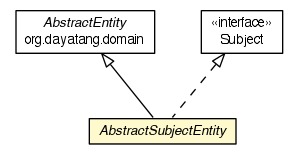
Above: apidocs/org/dayatang/observer/AbstractSubjectEntity.png in dayatang/dddlib (Graphviz), before the change. Its source is kept beside it as apidocs/org/dayatang/observer/AbstractSubjectEntity.dot. The source it was exported from:
```dot

digraph G {
	edge [fontname="Helvetica",fontsize=10,labelfontname="Helvetica",labelfontsize=10];
	node [fontname="Helvetica",fontsize=10,shape=plaintext];
	nodesep=0.25;
	ranksep=0.5;
	c22976 [label=<<table title="org.dayatang.domain.AbstractEntity" border="0" cellborder="1" cellspacing="0" cellpadding="2" port="p" href="../domain/AbstractEntity.html">
		<tr><td><table border="0" cellspacing="0" cellpadding="1">
<tr><td align="center" balign="center"><font face="Helvetica-Oblique"> AbstractEntity </font></td></tr>
<tr><td align="center" balign="center"> org.dayatang.domain </td></tr>
		</table></td></tr>
		</table>>, URL="../domain/AbstractEntity.html", fontname="Helvetica", fontcolor="black", fontsize=10.0];
	c23107 [label=<<table title="org.dayatang.observer.Subject" border="0" cellborder="1" cellspacing="0" cellpadding="2" port="p" href="./Subject.html">
		<tr><td><table border="0" cellspacing="0" cellpadding="1">
<tr><td align="center" balign="center"> &#171;interface&#187; </td></tr>
<tr><td align="center" balign="center"> Subject </td></tr>
		</table></td></tr>
		</table>>, URL="./Subject.html", fontname="Helvetica", fontcolor="black", fontsize=10.0];
	c23109 [label=<<table title="org.dayatang.observer.AbstractSubjectEntity" border="0" cellborder="1" cellspacing="0" cellpadding="2" port="p" bgcolor="lemonChiffon" href="./AbstractSubjectEntity.html">
		<tr><td><table border="0" cellspacing="0" cellpadding="1">
<tr><td align="center" balign="center"><font face="Helvetica-Oblique"> AbstractSubjectEntity </font></td></tr>
		</table></td></tr>
		</table>>, URL="./AbstractSubjectEntity.html", fontname="Helvetica", fontcolor="black", fontsize=10.0];
	c22976:p -> c23109:p [dir=back,arrowtail=empty];
	c23107:p -> c23109:p [dir=back,arrowtail=empty,style=dashed];
}
```
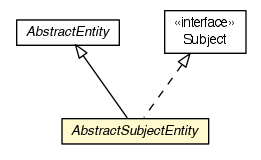
After the change.

Change to the diagram source:
```diff
@@ -4,23 +4,22 @@
 	node [fontname="Helvetica",fontsize=10,shape=plaintext];
 	nodesep=0.25;
 	ranksep=0.5;
-	c22976 [label=<<table title="org.dayatang.domain.AbstractEntity" border="0" cellborder="1" cellspacing="0" cellpadding="2" port="p" href="../domain/AbstractEntity.html">
+	c22855 [label=<<table title="org.dayatang.domain.AbstractEntity" border="0" cellborder="1" cellspacing="0" cellpadding="2" port="p" href="../domain/AbstractEntity.html">
 		<tr><td><table border="0" cellspacing="0" cellpadding="1">
 <tr><td align="center" balign="center"><font face="Helvetica-Oblique"> AbstractEntity </font></td></tr>
-<tr><td align="center" balign="center"> org.dayatang.domain </td></tr>
 		</table></td></tr>
 		</table>>, URL="../domain/AbstractEntity.html", fontname="Helvetica", fontcolor="black", fontsize=10.0];
-	c23107 [label=<<table title="org.dayatang.observer.Subject" border="0" cellborder="1" cellspacing="0" cellpadding="2" port="p" href="./Subject.html">
+	c22986 [label=<<table title="org.dayatang.observer.Subject" border="0" cellborder="1" cellspacing="0" cellpadding="2" port="p" href="./Subject.html">
 		<tr><td><table border="0" cellspacing="0" cellpadding="1">
 <tr><td align="center" balign="center"> &#171;interface&#187; </td></tr>
 <tr><td align="center" balign="center"> Subject </td></tr>
 		</table></td></tr>
 		</table>>, URL="./Subject.html", fontname="Helvetica", fontcolor="black", fontsize=10.0];
-	c23109 [label=<<table title="org.dayatang.observer.AbstractSubjectEntity" border="0" cellborder="1" cellspacing="0" cellpadding="2" port="p" bgcolor="lemonChiffon" href="./AbstractSubjectEntity.html">
+	c22988 [label=<<table title="org.dayatang.observer.AbstractSubjectEntity" border="0" cellborder="1" cellspacing="0" cellpadding="2" port="p" bgcolor="lemonChiffon" href="./AbstractSubjectEntity.html">
 		<tr><td><table border="0" cellspacing="0" cellpadding="1">
 <tr><td align="center" balign="center"><font face="Helvetica-Oblique"> AbstractSubjectEntity </font></td></tr>
 		</table></td></tr>
 		</table>>, URL="./AbstractSubjectEntity.html", fontname="Helvetica", fontcolor="black", fontsize=10.0];
-	c22976:p -> c23109:p [dir=back,arrowtail=empty];
-	c23107:p -> c23109:p [dir=back,arrowtail=empty,style=dashed];
+	c22855:p -> c22988:p [dir=back,arrowtail=empty];
+	c22986:p -> c22988:p [dir=back,arrowtail=empty,style=dashed];
 }
```
